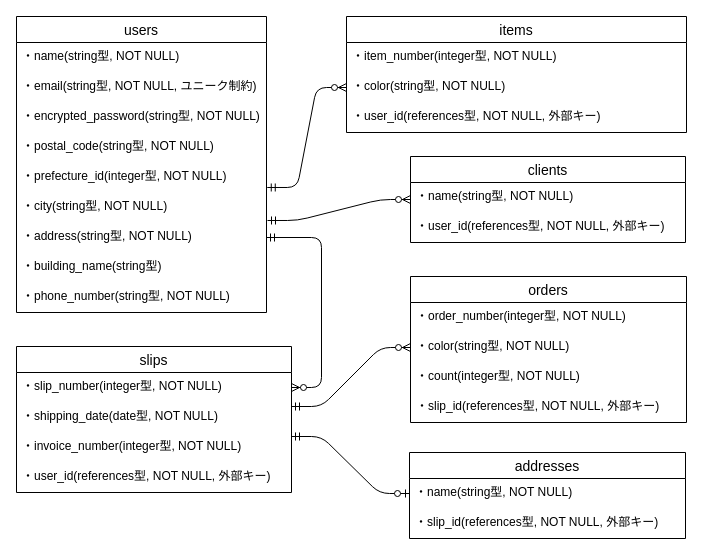
Above: easy_slips.dio in hiddy0329/easy_slips (draw.io), before the change. Source tidied: cells renumbered, new cells numbered last; positions are measured from the earlier drawing's top-left corner, leaving out a move shared by most shapes. Both pictures are drawn from the tidied source at 100%, with x=0, y=0 at pixel (16, 16).
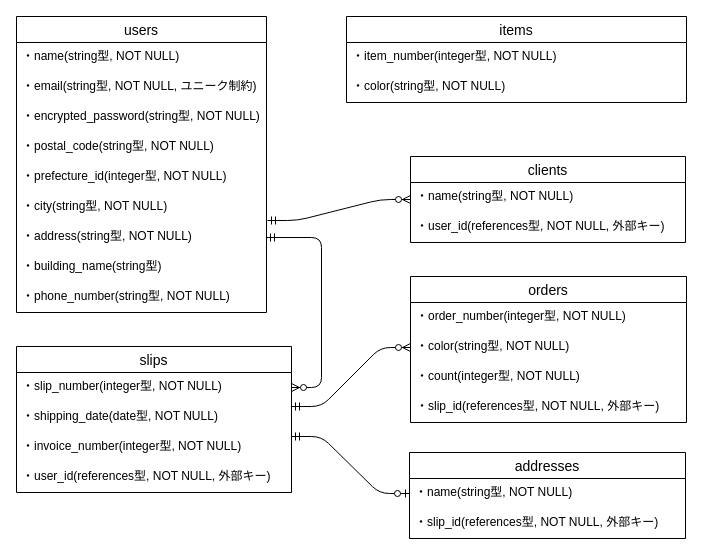
After the change.

Commit message (it also covers changes not shown here):
データベース設計の修正(item)

Unchanged cells that the change refers to:
```xml
<mxCell id="7" value="・prefecture_id(integer型, NOT NULL)" style="text;strokeColor=none;fillColor=none;spacingLeft=4;spacingRight=4;overflow=hidden;points=[[0,0.5],[1,0.5]];portConstraint=eastwest;fontSize=12;" parent="2" vertex="1">
  <mxGeometry y="146" width="250" height="30" as="geometry" />
</mxCell>
<mxCell id="17" value="・color(string型, NOT NULL)" style="text;strokeColor=none;fillColor=none;spacingLeft=4;spacingRight=4;overflow=hidden;points=[[0,0.5],[1,0.5]];portConstraint=eastwest;fontSize=12;" parent="15" vertex="1">
  <mxGeometry y="56" width="340" height="30" as="geometry" />
</mxCell>
```

Diff of the diagram source:
```diff
@@
     <mxCell id="15" value="items" style="swimlane;fontStyle=0;horizontal=1;startSize=26;align=center;fontSize=14;" parent="1" vertex="1">
-      <mxGeometry x="330" width="340" height="116" as="geometry" />
+      <mxGeometry x="330" width="340" height="86" as="geometry" />
     </mxCell>
@@
-    <mxCell id="18" value="・user_id(references型, NOT NULL, 外部キー)" style="text;strokeColor=none;fillColor=none;spacingLeft=4;spacingRight=4;overflow=hidden;fontSize=12;" parent="15" vertex="1">
-      <mxGeometry y="86" width="340" height="30" as="geometry" />
-    </mxCell>
-    <mxCell id="19" style="edgeStyle=entityRelationEdgeStyle;fontSize=12;html=1;endArrow=ERzeroToMany;startArrow=ERmandOne;entryX=0;entryY=0.5;entryDx=0;entryDy=0;exitX=1.003;exitY=0.833;exitDx=0;exitDy=0;exitPerimeter=0;" parent="1" edge="1" source="7" target="17">
-      <mxGeometry relative="1" as="geometry" />
-    </mxCell>
```
